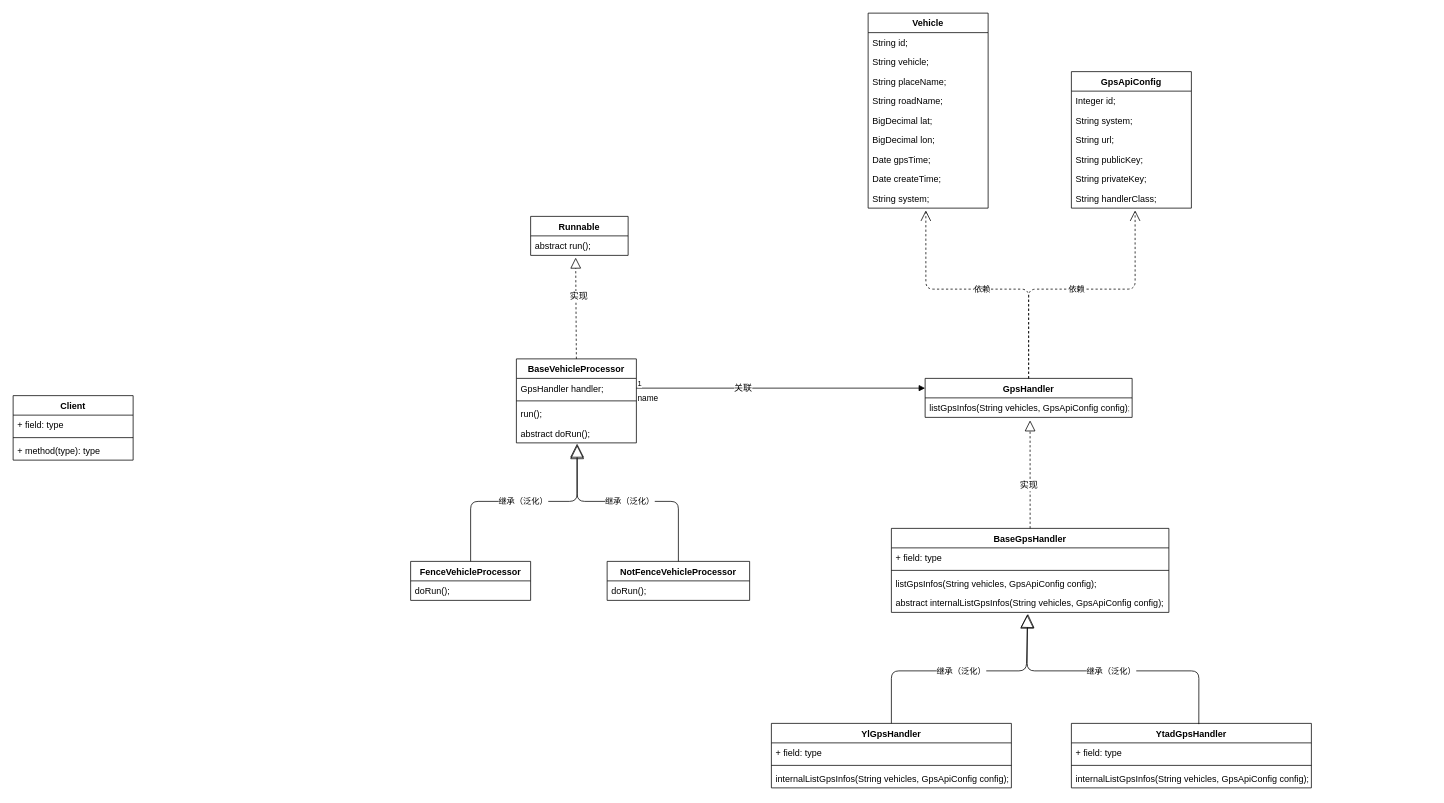
The draw.io diagram zzp.design.gps/src/main/resources/url类图/GPS类图.drawio in karyzeng/share-design, before the edit. Source tidied: cells renumbered, new cells numbered last; positions are measured from the earlier drawing's top-left corner, leaving out a move shared by most shapes. Both pictures are drawn from the tidied source at 75%, with x=0, y=0 at pixel (13, 13).
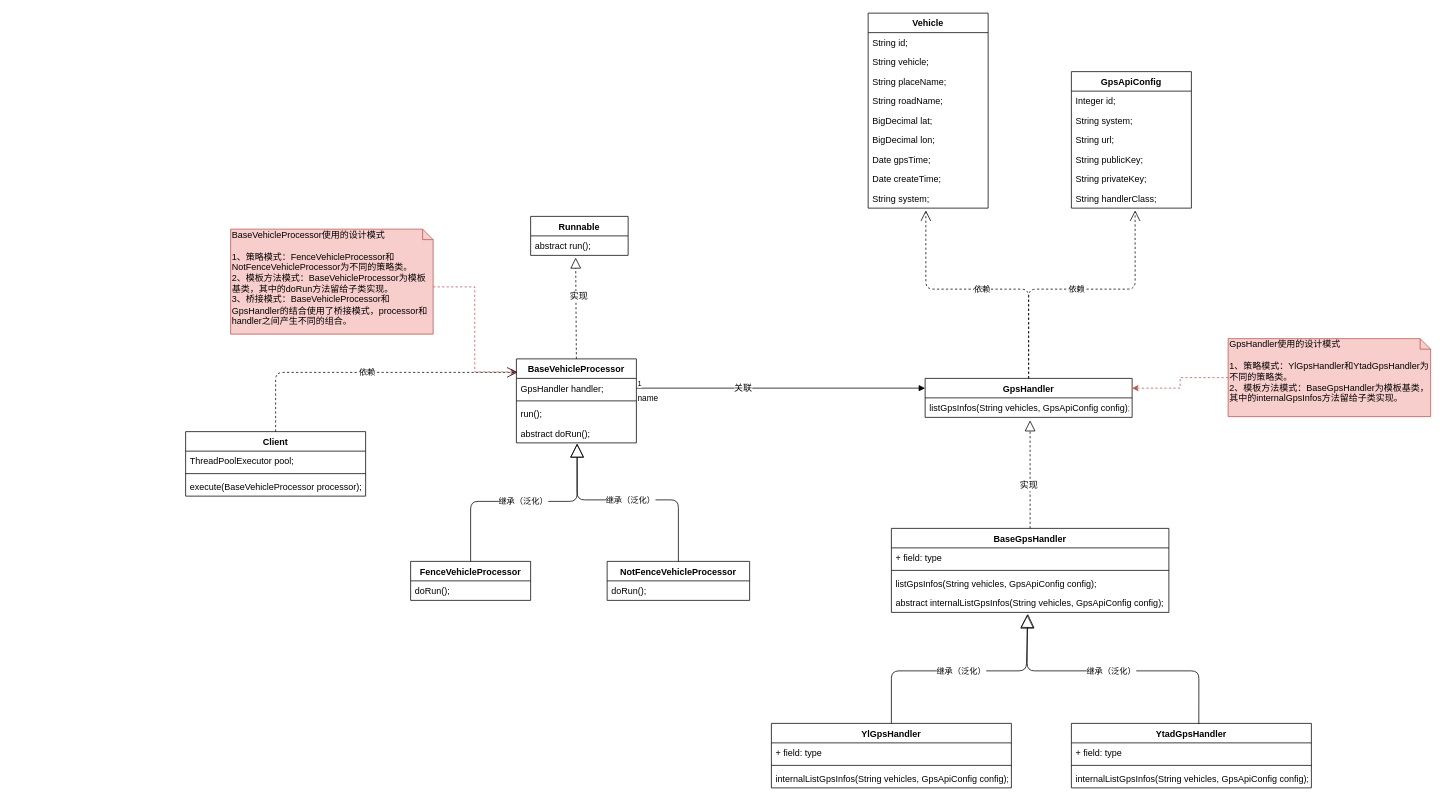
After the change.

Unchanged cells that the change refers to:
```xml
<mxCell id="2" value="GpsHandler" style="swimlane;fontStyle=1;align=center;verticalAlign=top;horizontal=1;startSize=26;" parent="1" vertex="1">
  <mxGeometry x="1216" y="487" width="276" height="52" as="geometry" />
</mxCell>
<mxCell id="21" value="BaseVehicleProcessor" style="swimlane;fontStyle=1;align=center;verticalAlign=top;horizontal=1;startSize=26;" parent="1" vertex="1">
  <mxGeometry x="671" y="461" width="160" height="112" as="geometry" />
</mxCell>
<mxCell id="32" value="NotFenceVehicleProcessor" style="swimlane;fontStyle=1;align=center;verticalAlign=top;horizontal=1;startSize=26;" parent="1" vertex="1">
  <mxGeometry x="792" y="731" width="190" height="52" as="geometry" />
</mxCell>
```

Diff of the diagram source:
```diff
@@
     <mxCell id="35" value="继承（泛化）" style="endArrow=block;endSize=16;endFill=0;html=1;exitX=0.5;exitY=0;exitDx=0;exitDy=0;" parent="1" edge="1" source="32">
       <mxGeometry relative="1" as="geometry">
-        <mxPoint x="752" y="576" as="targetPoint" />
+        <mxPoint x="752" y="574" as="targetPoint" />
         <Array as="points">
-          <mxPoint x="887" y="651" />
-          <mxPoint x="752" y="651" />
+          <mxPoint x="887" y="649" />
+          <mxPoint x="752" y="649" />
         </Array>
       </mxGeometry>
     </mxCell>
@@
     <mxCell id="58" value="Client" style="swimlane;fontStyle=1;align=center;verticalAlign=top;horizontal=1;startSize=26;" parent="1" vertex="1">
-      <mxGeometry y="510" width="160" height="86" as="geometry" />
+      <mxGeometry x="230" y="558" width="240" height="86" as="geometry" />
     </mxCell>
-    <mxCell id="59" value="+ field: type" style="text;strokeColor=none;fillColor=none;align=left;verticalAlign=top;spacingLeft=4;spacingRight=4;overflow=hidden;" parent="58" vertex="1">
-      <mxGeometry y="26" width="160" height="26" as="geometry" />
+    <mxCell id="59" value="ThreadPoolExecutor pool;" style="text;strokeColor=none;fillColor=none;align=left;verticalAlign=top;spacingLeft=4;spacingRight=4;overflow=hidden;" parent="58" vertex="1">
+      <mxGeometry y="26" width="240" height="26" as="geometry" />
     </mxCell>
     <mxCell id="60" style="line;strokeWidth=1;fillColor=none;align=left;verticalAlign=middle;spacingTop=-1;spacingLeft=3;spacingRight=3;labelPosition=right;" parent="58" vertex="1">
-      <mxGeometry y="52" width="160" height="8" as="geometry" />
+      <mxGeometry y="52" width="240" height="8" as="geometry" />
     </mxCell>
-    <mxCell id="61" value="+ method(type): type" style="text;strokeColor=none;fillColor=none;align=left;verticalAlign=top;spacingLeft=4;spacingRight=4;overflow=hidden;" parent="58" vertex="1">
-      <mxGeometry y="60" width="160" height="26" as="geometry" />
+    <mxCell id="61" value="execute(BaseVehicleProcessor processor);" style="text;strokeColor=none;fillColor=none;align=left;verticalAlign=top;spacingLeft=4;spacingRight=4;overflow=hidden;" parent="58" vertex="1">
+      <mxGeometry y="60" width="240" height="26" as="geometry" />
     </mxCell>
+    <mxCell id="62" style="edgeStyle=orthogonalEdgeStyle;rounded=0;jettySize=auto;html=1;exitX=0;exitY=0.5;exitDx=0;exitDy=0;exitPerimeter=0;entryX=1;entryY=0.25;entryDx=0;entryDy=0;dashed=1;fillColor=#f8cecc;strokeColor=#b85450;" parent="1" edge="1" source="63" target="2">
+      <mxGeometry relative="1" as="geometry" />
+    </mxCell>
+    <mxCell id="63" value="GpsHandler使用的设计模式&lt;br&gt;&lt;br&gt;1、策略模式：YlGpsHandler和YtadGpsHandler为不同的策略类。&lt;br&gt;2、模板方法模式：BaseGpsHandler为模板基类，其中的internalGpsInfos方法留给子类实现。" style="shape=note;whiteSpace=wrap;html=1;size=14;verticalAlign=top;align=left;spacingTop=-6;fillColor=#f8cecc;strokeColor=#b85450;" parent="1" vertex="1">
+      <mxGeometry x="1620" y="434" width="270" height="104" as="geometry" />
+    </mxCell>
+    <mxCell id="64" style="edgeStyle=orthogonalEdgeStyle;rounded=0;jettySize=auto;html=1;exitX=0;exitY=0;exitDx=270;exitDy=77;exitPerimeter=0;entryX=0.005;entryY=0.155;entryDx=0;entryDy=0;entryPerimeter=0;dashed=1;fillColor=#f8cecc;strokeColor=#b85450;" parent="1" edge="1" source="65" target="21">
+      <mxGeometry relative="1" as="geometry" />
+    </mxCell>
+    <mxCell id="65" value="BaseVehicleProcessor使用的设计模式&lt;br&gt;&lt;br&gt;1、策略模式：FenceVehicleProcessor和NotFenceVehicleProcessor为不同的策略类。&lt;br&gt;2、模板方法模式：BaseVehicleProcessor为模板基类，其中的doRun方法留给子类实现。&lt;br&gt;3、桥接模式：BaseVehicleProcessor和GpsHandler的结合使用了桥接模式，processor和handler之间产生不同的组合。" style="shape=note;whiteSpace=wrap;html=1;size=14;verticalAlign=top;align=left;spacingTop=-6;fillColor=#f8cecc;strokeColor=#b85450;" parent="1" vertex="1">
+      <mxGeometry x="290" y="288" width="270" height="140" as="geometry" />
+    </mxCell>
+    <mxCell id="66" value="依赖" style="endArrow=open;endSize=12;dashed=1;html=1;entryX=0.01;entryY=0.134;entryDx=0;entryDy=0;entryPerimeter=0;exitX=0.5;exitY=0;exitDx=0;exitDy=0;" parent="1" edge="1" source="58">
+      <mxGeometry relative="1" as="geometry">
+        <mxPoint x="672.6" y="479" as="targetPoint" />
+        <Array as="points">
+          <mxPoint x="350" y="479" />
+        </Array>
+      </mxGeometry>
+    </mxCell>
```
